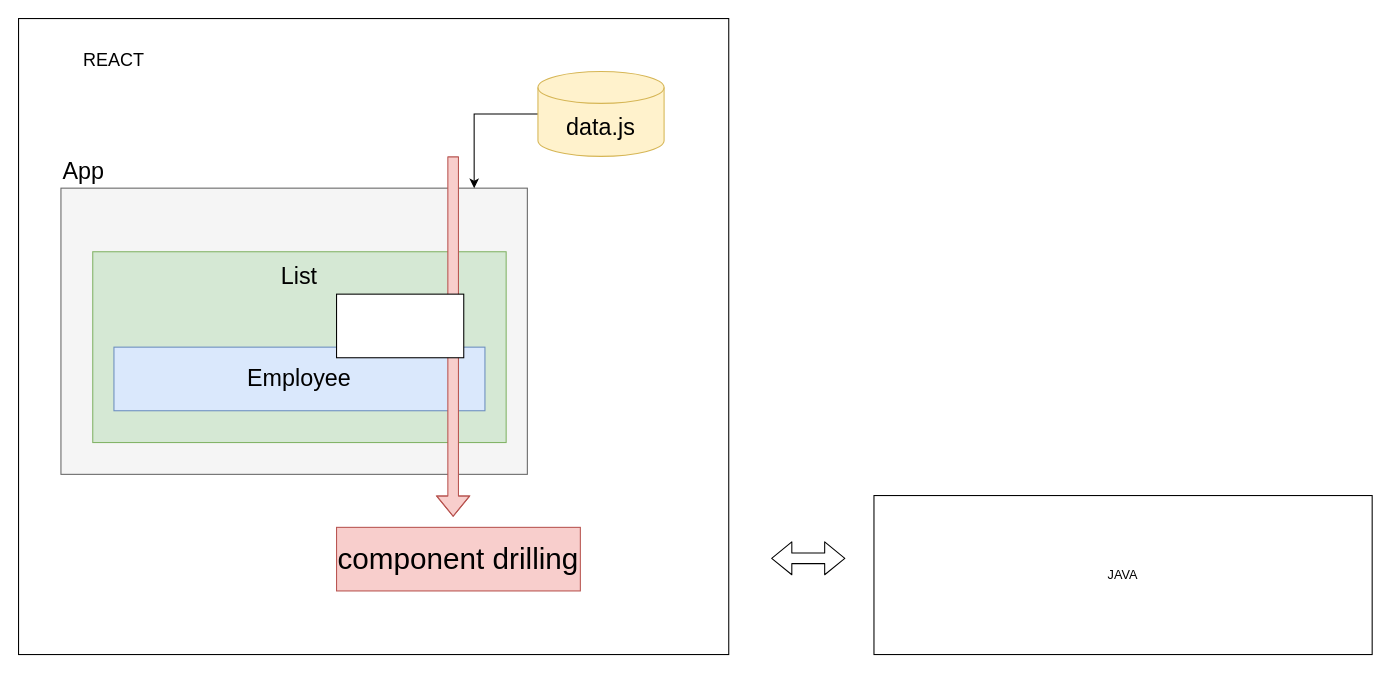
Before: day-02/employee.drawio in zcomert/java-react-bootcamp, a draw.io diagram. Source tidied: cells renumbered, new cells numbered last; positions are measured from the earlier drawing's top-left corner, leaving out a move shared by most shapes. Both pictures are drawn from the tidied source at 106%, with x=0, y=0 at pixel (18, 18).
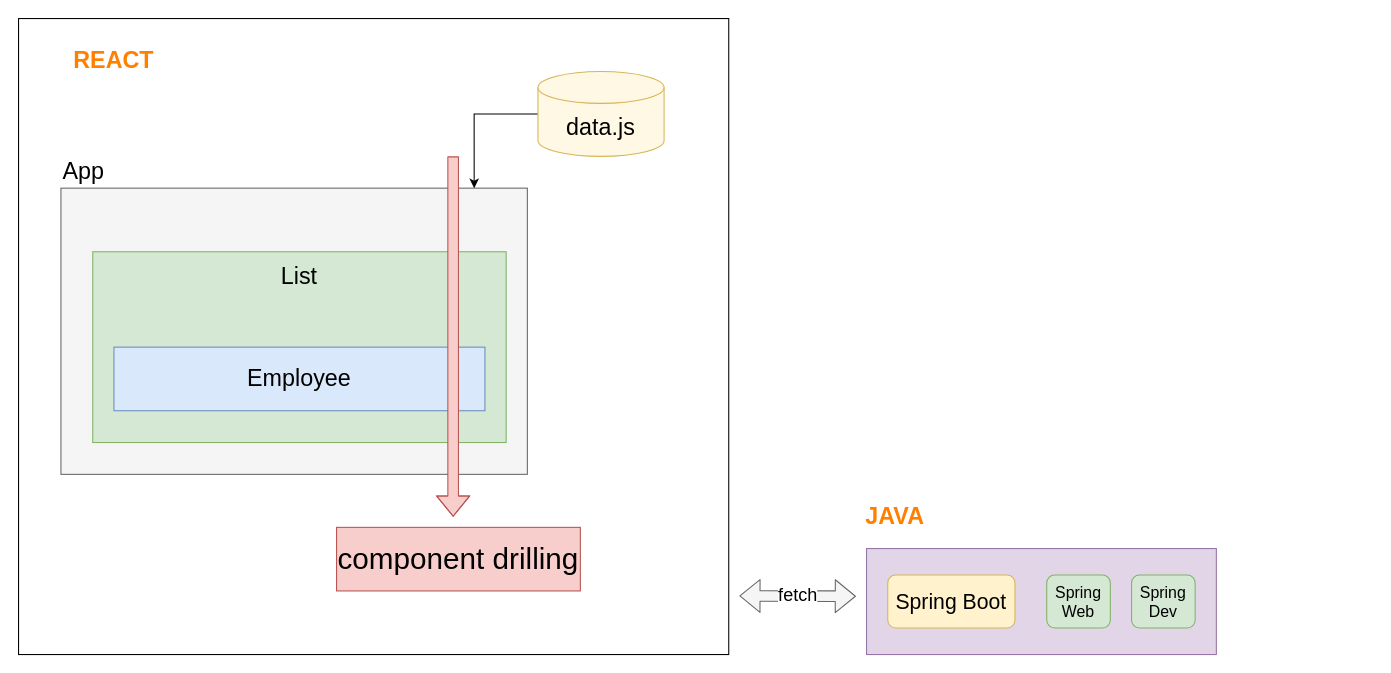
After the change.

The edit, as a diff of the source:
```diff
@@
-    <mxCell id="6" value="data.js" style="shape=cylinder3;whiteSpace=wrap;html=1;boundedLbl=1;backgroundOutline=1;size=15;fontSize=22;align=center;fillColor=#fff2cc;strokeColor=#d6b656;" parent="1" vertex="1">
+    <mxCell id="6" value="data.js" style="shape=cylinder3;whiteSpace=wrap;html=1;boundedLbl=1;backgroundOutline=1;size=15;fontSize=22;align=center;fillColor=#fff2cc;strokeColor=#d6b656;fillOpacity=50;" parent="1" vertex="1">
       <mxGeometry x="490" y="50" width="119" height="80" as="geometry" />
     </mxCell>
@@
-    <mxCell id="11" style="rounded=0;whiteSpace=wrap;html=1;" parent="1" vertex="1">
-      <mxGeometry x="300" y="260" width="120" height="60" as="geometry" />
-    </mxCell>
-    <mxCell id="12" value="REACT" style="text;html=1;strokeColor=none;fillColor=none;align=center;verticalAlign=middle;whiteSpace=wrap;rounded=0;fontSize=17;" parent="1" vertex="1">
+    <mxCell id="12" value="REACT" style="text;html=1;strokeColor=none;fillColor=none;align=center;verticalAlign=middle;whiteSpace=wrap;rounded=0;fontSize=22;fontStyle=1;fontColor=#FF8000;" parent="1" vertex="1">
       <mxGeometry x="40" y="30" width="100" height="20" as="geometry" />
     </mxCell>
-    <mxCell id="13" value="JAVA" style="rounded=0;whiteSpace=wrap;html=1;" parent="1" vertex="1">
-      <mxGeometry x="807" y="450" width="470" height="150" as="geometry" />
+    <mxCell id="13" style="rounded=0;whiteSpace=wrap;html=1;fillColor=#e1d5e7;strokeColor=#9673a6;" parent="1" vertex="1">
+      <mxGeometry x="800" y="500" width="330" height="100" as="geometry" />
     </mxCell>
-    <mxCell id="14" style="shape=flexArrow;endArrow=classic;startArrow=classic;html=1;fontSize=17;" parent="1" edge="1">
+    <mxCell id="14" value="fetch" style="shape=flexArrow;endArrow=classic;startArrow=classic;html=1;fontSize=17;fillColor=#f5f5f5;strokeColor=#666666;" parent="1" edge="1">
       <mxGeometry relative="1" as="geometry">
-        <mxPoint x="710" y="509.2" as="sourcePoint" />
-        <mxPoint x="780" y="509.2" as="targetPoint" />
+        <mxPoint x="680" y="544.7" as="sourcePoint" />
+        <mxPoint x="790" y="545" as="targetPoint" />
       </mxGeometry>
     </mxCell>
+    <mxCell id="15" value="Spring Boot" style="rounded=1;whiteSpace=wrap;html=1;fillColor=#fff2cc;strokeColor=#d6b656;fontSize=20;" parent="1" vertex="1">
+      <mxGeometry x="820" y="525" width="120" height="50" as="geometry" />
+    </mxCell>
+    <mxCell id="16" value="Spring Web" style="rounded=1;whiteSpace=wrap;html=1;fillColor=#d5e8d4;strokeColor=#82b366;fontSize=15;" parent="1" vertex="1">
+      <mxGeometry x="970" y="525" width="60" height="50" as="geometry" />
+    </mxCell>
+    <mxCell id="17" value="Spring Dev" style="rounded=1;whiteSpace=wrap;html=1;fillColor=#d5e8d4;strokeColor=#82b366;fontSize=15;" parent="1" vertex="1">
+      <mxGeometry x="1050" y="525" width="60" height="50" as="geometry" />
+    </mxCell>
+    <mxCell id="18" value="JAVA" style="text;html=1;strokeColor=none;fillColor=none;align=center;verticalAlign=middle;whiteSpace=wrap;rounded=0;fontSize=22;fontStyle=1;fontColor=#FF8000;" parent="1" vertex="1">
+      <mxGeometry x="807" y="460" width="40" height="20" as="geometry" />
+    </mxCell>
```
